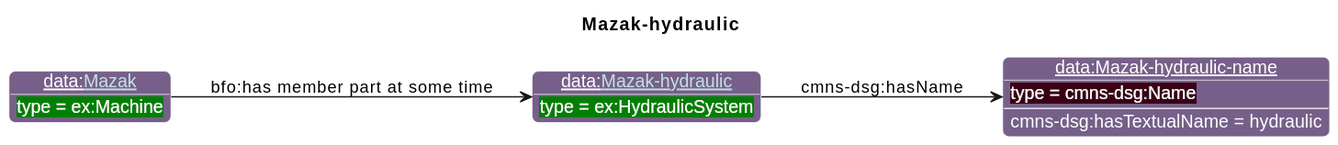
Earlier version of the PlantUML export diagrams/Mazak-hydraulic.svg (iofoundry/example-syseng-mtconnect).
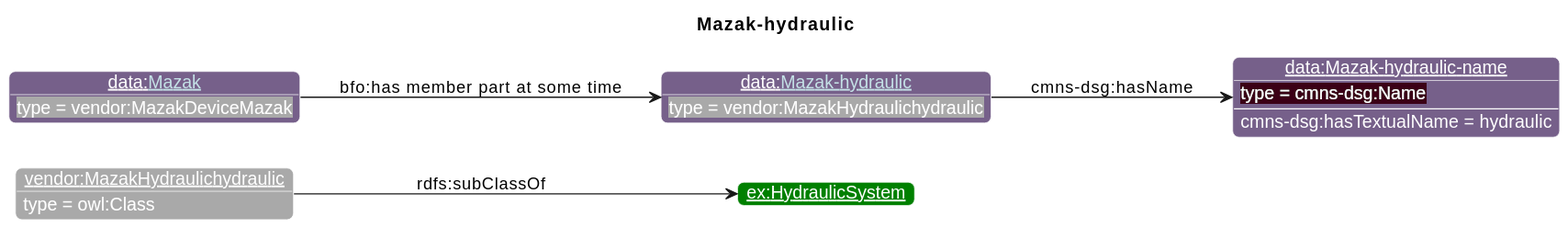
The same file after the commit.

Diff of the diagram source:
```diff
@@ -19,10 +19,13 @@
                       "ns1":"76608A",
 "ex":"Green","data":"76608A","core":"000000","units":"8A2D3B","qp":"641B2E","cmns-dsg":"3A0519"
 }
-individual(o1, data:[[./Mazak-hydraulic.html Mazak-hydraulic]], ex:HydraulicSystem)
-individual(o2, data:Mazak-hydraulic-name, cmns-dsg:Name)
-individual(o3, data:[[./Mazak.html Mazak]], ex:Machine)
-property(o1, cmns-dsg:hasName, o2)
-data(o2, cmns-dsg:hasTextualName, hydraulic)
-property(o3, "bfo:has member part at some time", o1)
+individual(o1, vendor:MazakHydraulichydraulic, owl:Class)
+individual(o2, ex:HydraulicSystem)
+individual(o3, data:[[./Mazak-hydraulic.html Mazak-hydraulic]], vendor:MazakHydraulichydraulic)
+individual(o4, data:Mazak-hydraulic-name, cmns-dsg:Name)
+individual(o5, data:[[./Mazak.html Mazak]], vendor:MazakDeviceMazak)
+property(o1, rdfs:subClassOf, o2)
+property(o3, cmns-dsg:hasName, o4)
+data(o4, cmns-dsg:hasTextualName, hydraulic)
+property(o5, "bfo:has member part at some time", o3)
 @enduml
```
